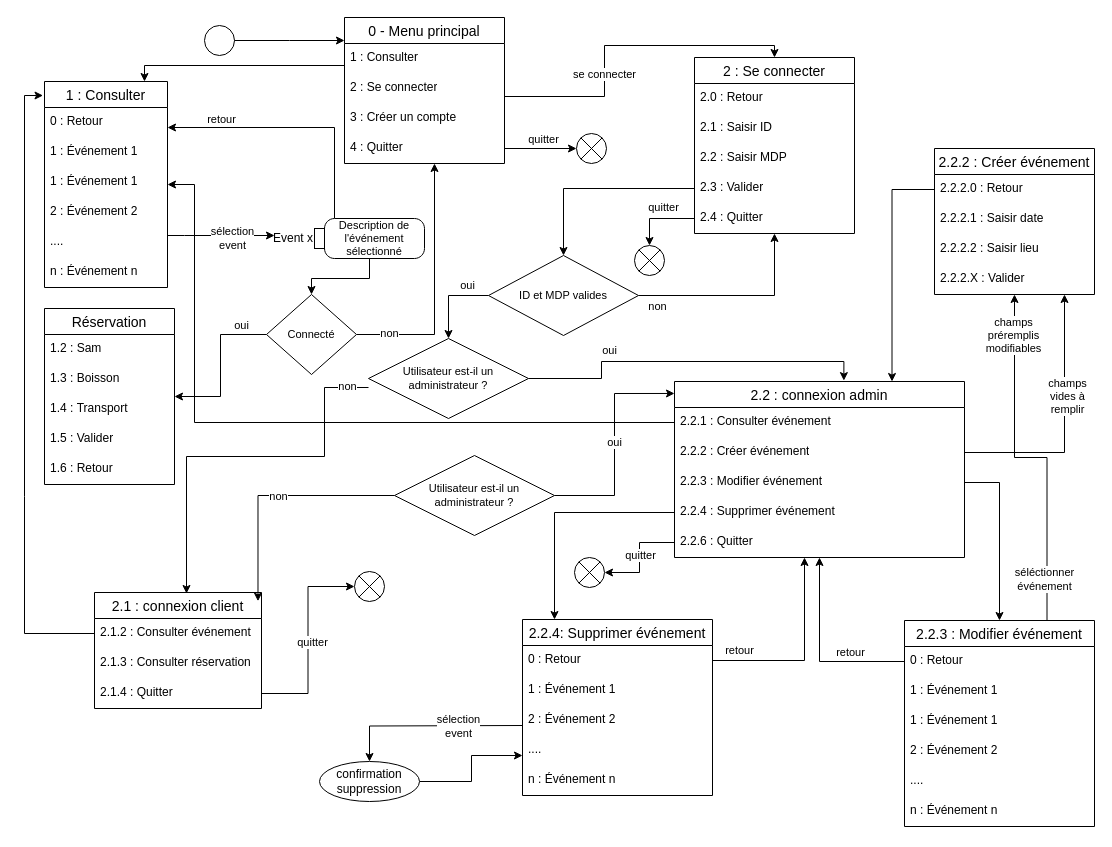
The draw.io diagram doc/menu.drawio in khalidjerrari/ENSAI-Projet-info-2A, before the edit. Source tidied: cells renumbered, new cells numbered last; positions are measured from the earlier drawing's top-left corner, leaving out a move shared by most shapes. Both pictures are drawn from the tidied source at 100%, with x=0, y=0 at pixel (24, 17).
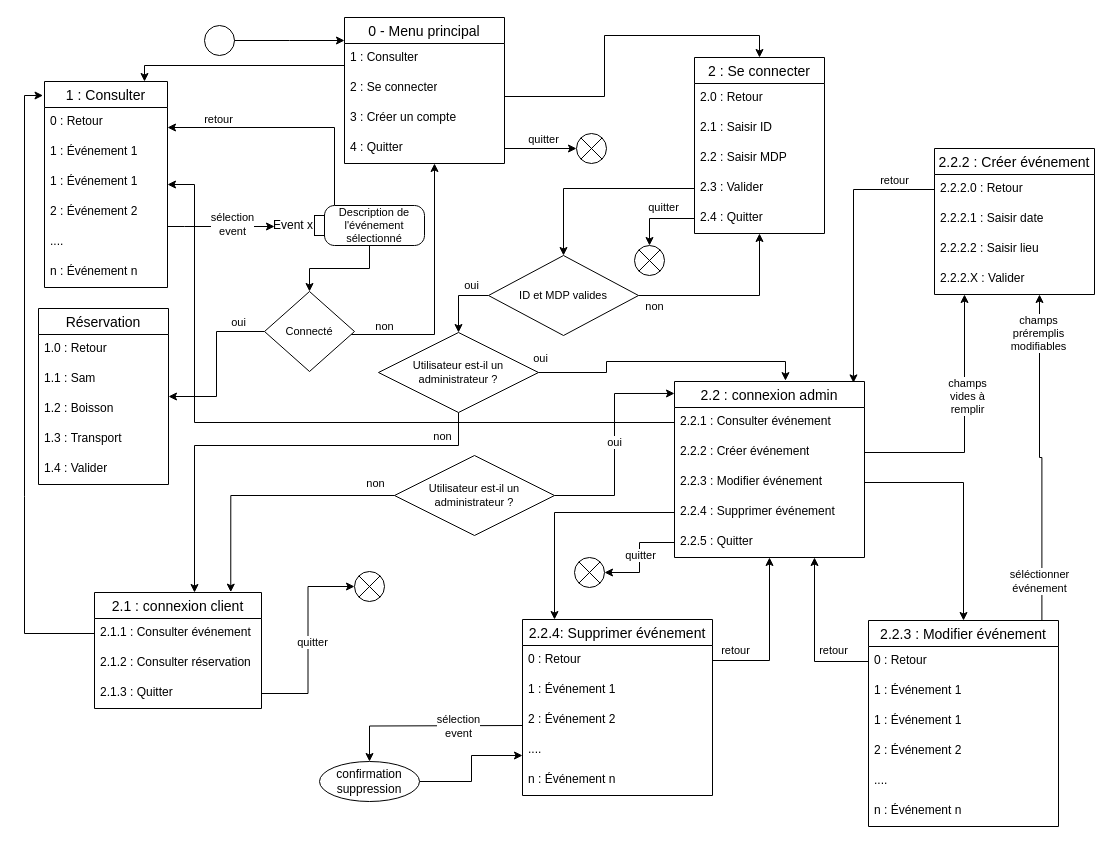
After the change.

Commit message (it also covers changes not shown here):
Mettre à jour menu.drawio

The change refers to these unchanged cells:
```xml
<mxCell id="4" value="2 : Se connecter" style="text;strokeColor=none;fillColor=none;spacingLeft=4;spacingRight=4;overflow=hidden;points=[[0,0.5],[1,0.5]];portConstraint=eastwest;fontSize=12;whiteSpace=wrap;html=1;" parent="2" vertex="1">
  <mxGeometry y="56" width="160" height="30" as="geometry" />
</mxCell>
<mxCell id="9" value="1 : Consulter" style="swimlane;fontStyle=0;horizontal=1;startSize=26;align=center;fontSize=14;" parent="1" vertex="1">
  <mxGeometry x="20" y="64" width="123" height="206" as="geometry" />
</mxCell>
<mxCell id="22" value="2.1 : connexion client" style="swimlane;fontStyle=0;horizontal=1;startSize=26;align=center;fontSize=14;" parent="1" vertex="1">
  <mxGeometry x="70" y="575" width="167" height="116" as="geometry" />
</mxCell>
<mxCell id="48" value="Event x" style="text;verticalAlign=middle;align=right;html=1;" parent="47" vertex="1">
  <mxGeometry x="-40" width="40" height="40" as="geometry" />
</mxCell>
<mxCell id="52" value="2.2.2 : Créer événement" style="swimlane;fontStyle=0;horizontal=1;startSize=26;align=center;fontSize=14;" parent="1" vertex="1">
  <mxGeometry x="910" y="131" width="160" height="146" as="geometry" />
</mxCell>
<mxCell id="53" value="2.2.2.0 : Retour" style="text;strokeColor=none;fillColor=none;spacingLeft=4;spacingRight=4;overflow=hidden;points=[[0,0.5],[1,0.5]];portConstraint=eastwest;fontSize=12;whiteSpace=wrap;html=1;" parent="52" vertex="1">
  <mxGeometry y="26" width="160" height="30" as="geometry" />
</mxCell>
<mxCell id="61" value="0 : Retour" style="text;strokeColor=none;fillColor=none;spacingLeft=4;spacingRight=4;overflow=hidden;points=[[0,0.5],[1,0.5]];portConstraint=eastwest;fontSize=12;whiteSpace=wrap;html=1;" parent="60" vertex="1">
  <mxGeometry y="26" width="190" height="30" as="geometry" />
</mxCell>
<mxCell id="68" value="0 : Retour" style="text;strokeColor=none;fillColor=none;spacingLeft=4;spacingRight=4;overflow=hidden;points=[[0,0.5],[1,0.5]];portConstraint=eastwest;fontSize=12;whiteSpace=wrap;html=1;" parent="67" vertex="1">
  <mxGeometry y="26" width="190" height="30" as="geometry" />
</mxCell>
<mxCell id="73" value="Utilisateur est-il un administrateur ?" style="shape=rhombus;perimeter=rhombusPerimeter;whiteSpace=wrap;html=1;align=center;fontSize=11;" parent="1" vertex="1">
  <mxGeometry x="370" y="438" width="160" height="80" as="geometry" />
</mxCell>
<mxCell id="75" style="edgeStyle=orthogonalEdgeStyle;rounded=0;jettySize=auto;html=1;entryX=0.584;entryY=-0.005;entryDx=0;entryDy=0;entryPerimeter=0;" parent="1" edge="1" source="37" target="28">
  <mxGeometry relative="1" as="geometry" />
</mxCell>
<mxCell id="102" style="edgeStyle=orthogonalEdgeStyle;rounded=0;jettySize=auto;html=1;" parent="1" edge="1" source="106" target="2">
  <mxGeometry relative="1" as="geometry">
    <Array as="points">
      <mxPoint x="410" y="317" />
    </Array>
  </mxGeometry>
</mxCell>
```

Change to the diagram source:
```diff
@@
-    <mxCell id="7" style="edgeStyle=orthogonalEdgeStyle;rounded=0;jettySize=auto;html=1;" parent="1" edge="1" source="9" target="48">
+    <mxCell id="7" style="edgeStyle=orthogonalEdgeStyle;rounded=0;orthogonalLoop=1;jettySize=auto;html=1;" parent="1" edge="1">
       <mxGeometry relative="1" as="geometry">
+        <mxPoint x="143" y="209" as="sourcePoint" />
+        <mxPoint x="250" y="209" as="targetPoint" />
         <Array as="points">
-          <mxPoint x="160" y="218" />
-          <mxPoint x="160" y="218" />
+          <mxPoint x="160" y="209" />
+          <mxPoint x="160" y="209" />
         </Array>
       </mxGeometry>
     </mxCell>
     <mxCell id="8" value="sélection&lt;br&gt;event" style="edgeLabel;html=1;align=center;verticalAlign=middle;" parent="7" vertex="1">
       <mxGeometry x="-0.05" y="-1" relative="1" as="geometry">
-        <mxPoint x="13" y="1" as="offset" />
+        <mxPoint x="13" y="-4" as="offset" />
       </mxGeometry>
     </mxCell>
@@
     <mxCell id="16" value="2 : Se connecter" style="swimlane;fontStyle=0;horizontal=1;startSize=26;align=center;fontSize=14;" parent="1" vertex="1">
-      <mxGeometry x="670" y="40" width="160" height="176" as="geometry" />
+      <mxGeometry x="670" y="40" width="130" height="176" as="geometry" />
     </mxCell>
     <mxCell id="17" value="2.0 : Retour" style="text;strokeColor=none;fillColor=none;spacingLeft=4;spacingRight=4;overflow=hidden;fontSize=12;whiteSpace=wrap;html=1;" parent="16" vertex="1">
-      <mxGeometry y="26" width="160" height="30" as="geometry" />
+      <mxGeometry y="26" width="130" height="30" as="geometry" />
     </mxCell>
     <mxCell id="18" value="2.1 : Saisir ID" style="text;strokeColor=none;fillColor=none;spacingLeft=4;spacingRight=4;overflow=hidden;fontSize=12;whiteSpace=wrap;html=1;" parent="16" vertex="1">
-      <mxGeometry y="56" width="160" height="30" as="geometry" />
+      <mxGeometry y="56" width="130" height="30" as="geometry" />
     </mxCell>
     <mxCell id="19" value="2.2 : Saisir MDP" style="text;strokeColor=none;fillColor=none;spacingLeft=4;spacingRight=4;overflow=hidden;fontSize=12;whiteSpace=wrap;html=1;" parent="16" vertex="1">
-      <mxGeometry y="86" width="160" height="30" as="geometry" />
+      <mxGeometry y="86" width="130" height="30" as="geometry" />
     </mxCell>
     <mxCell id="20" value="2.3 : Valider" style="text;strokeColor=none;fillColor=none;spacingLeft=4;spacingRight=4;overflow=hidden;points=[[0,0.5],[1,0.5]];portConstraint=eastwest;fontSize=12;whiteSpace=wrap;html=1;" parent="16" vertex="1">
-      <mxGeometry y="116" width="160" height="30" as="geometry" />
+      <mxGeometry y="116" width="130" height="30" as="geometry" />
     </mxCell>
     <mxCell id="21" value="2.4 : Quitter" style="text;strokeColor=none;fillColor=none;spacingLeft=4;spacingRight=4;overflow=hidden;points=[[0,0.5],[1,0.5]];portConstraint=eastwest;fontSize=12;whiteSpace=wrap;html=1;" parent="16" vertex="1">
-      <mxGeometry y="146" width="160" height="30" as="geometry" />
+      <mxGeometry y="146" width="130" height="30" as="geometry" />
     </mxCell>
@@
-    <mxCell id="23" value="2.1.2 : Consulter événement" style="text;strokeColor=none;fillColor=none;spacingLeft=4;spacingRight=4;overflow=hidden;points=[[0,0.5],[1,0.5]];portConstraint=eastwest;fontSize=12;whiteSpace=wrap;html=1;" parent="22" vertex="1">
+    <mxCell id="23" value="2.1.1 : Consulter événement" style="text;strokeColor=none;fillColor=none;spacingLeft=4;spacingRight=4;overflow=hidden;points=[[0,0.5],[1,0.5]];portConstraint=eastwest;fontSize=12;whiteSpace=wrap;html=1;" parent="22" vertex="1">
       <mxGeometry y="26" width="167" height="30" as="geometry" />
     </mxCell>
-    <mxCell id="24" value="2.1.3 : Consulter réservation" style="text;strokeColor=none;fillColor=none;spacingLeft=4;spacingRight=4;overflow=hidden;fontSize=12;whiteSpace=wrap;html=1;" parent="22" vertex="1">
+    <mxCell id="24" value="2.1.2 : Consulter réservation" style="text;strokeColor=none;fillColor=none;spacingLeft=4;spacingRight=4;overflow=hidden;fontSize=12;whiteSpace=wrap;html=1;" parent="22" vertex="1">
       <mxGeometry y="56" width="167" height="30" as="geometry" />
     </mxCell>
-    <mxCell id="25" value="2.1.4 : Quitter" style="text;strokeColor=none;fillColor=none;spacingLeft=4;spacingRight=4;overflow=hidden;points=[[0,0.5],[1,0.5]];portConstraint=eastwest;fontSize=12;whiteSpace=wrap;html=1;" parent="22" vertex="1">
+    <mxCell id="25" value="2.1.3 : Quitter" style="text;strokeColor=none;fillColor=none;spacingLeft=4;spacingRight=4;overflow=hidden;points=[[0,0.5],[1,0.5]];portConstraint=eastwest;fontSize=12;whiteSpace=wrap;html=1;" parent="22" vertex="1">
       <mxGeometry y="86" width="167" height="30" as="geometry" />
     </mxCell>
     <mxCell id="26" style="edgeStyle=orthogonalEdgeStyle;rounded=0;jettySize=auto;html=1;" parent="1" edge="1" source="4" target="16">
       <mxGeometry relative="1" as="geometry">
         <Array as="points">
           <mxPoint x="580" y="79" />
-          <mxPoint x="580" y="28" />
+          <mxPoint x="580" y="18" />
+          <mxPoint x="735" y="18" />
         </Array>
       </mxGeometry>
     </mxCell>
-    <mxCell id="27" value="&lt;div&gt;se connecter&lt;/div&gt;" style="edgeLabel;html=1;align=center;verticalAlign=middle;" parent="26" vertex="1">
-      <mxGeometry x="-0.86" relative="1" as="geometry">
-        <mxPoint x="76" y="-23" as="offset" />
-      </mxGeometry>
-    </mxCell>
     <mxCell id="28" value="2.2 : connexion admin" style="swimlane;fontStyle=0;horizontal=1;startSize=26;align=center;fontSize=14;" parent="1" vertex="1">
-      <mxGeometry x="650" y="364" width="290" height="176" as="geometry" />
+      <mxGeometry x="650" y="364" width="190" height="176" as="geometry" />
     </mxCell>
     <mxCell id="29" value="2.2.1 : Consulter événement" style="text;strokeColor=none;fillColor=none;spacingLeft=4;spacingRight=4;overflow=hidden;points=[[0,0.5],[1,0.5]];portConstraint=eastwest;fontSize=12;whiteSpace=wrap;html=1;" parent="28" vertex="1">
-      <mxGeometry y="26" width="290" height="30" as="geometry" />
+      <mxGeometry y="26" width="190" height="30" as="geometry" />
     </mxCell>
     <mxCell id="30" value="2.2.2 : Créer événement" style="text;strokeColor=none;fillColor=none;spacingLeft=4;spacingRight=4;overflow=hidden;points=[[0,0.5],[1,0.5]];portConstraint=eastwest;fontSize=12;whiteSpace=wrap;html=1;" parent="28" vertex="1">
-      <mxGeometry y="56" width="290" height="30" as="geometry" />
+      <mxGeometry y="56" width="190" height="30" as="geometry" />
     </mxCell>
     <mxCell id="31" value="2.2.3 : Modifier événement" style="text;strokeColor=none;fillColor=none;spacingLeft=4;spacingRight=4;overflow=hidden;points=[[0,0.5],[1,0.5]];portConstraint=eastwest;fontSize=12;whiteSpace=wrap;html=1;" parent="28" vertex="1">
-      <mxGeometry y="86" width="290" height="30" as="geometry" />
+      <mxGeometry y="86" width="190" height="30" as="geometry" />
     </mxCell>
     <mxCell id="32" value="2.2.4 : Supprimer événement" style="text;strokeColor=none;fillColor=none;spacingLeft=4;spacingRight=4;overflow=hidden;points=[[0,0.5],[1,0.5]];portConstraint=eastwest;fontSize=12;whiteSpace=wrap;html=1;" parent="28" vertex="1">
-      <mxGeometry y="116" width="290" height="30" as="geometry" />
+      <mxGeometry y="116" width="190" height="30" as="geometry" />
     </mxCell>
-    <mxCell id="33" value="2.2.6 : Quitter" style="text;strokeColor=none;fillColor=none;spacingLeft=4;spacingRight=4;overflow=hidden;points=[[0,0.5],[1,0.5]];portConstraint=eastwest;fontSize=12;whiteSpace=wrap;html=1;" parent="28" vertex="1">
-      <mxGeometry y="146" width="290" height="30" as="geometry" />
+    <mxCell id="33" value="2.2.5 : Quitter" style="text;strokeColor=none;fillColor=none;spacingLeft=4;spacingRight=4;overflow=hidden;points=[[0,0.5],[1,0.5]];portConstraint=eastwest;fontSize=12;whiteSpace=wrap;html=1;" parent="28" vertex="1">
+      <mxGeometry y="146" width="190" height="30" as="geometry" />
     </mxCell>
@@
+    <mxCell id="117" style="edgeStyle=orthogonalEdgeStyle;rounded=0;jettySize=auto;html=1;" parent="1" edge="1" source="37" target="22">
+      <mxGeometry relative="1" as="geometry">
+        <Array as="points">
+          <mxPoint x="434" y="428" />
+          <mxPoint x="170" y="428" />
+        </Array>
+      </mxGeometry>
+    </mxCell>
+    <mxCell id="118" value="non" style="edgeLabel;html=1;align=center;verticalAlign=middle;" parent="117" vertex="1">
+      <mxGeometry x="-0.8" relative="1" as="geometry">
+        <mxPoint x="-6" y="-10" as="offset" />
+      </mxGeometry>
+    </mxCell>
     <mxCell id="37" value="Utilisateur est-il un administrateur ?" style="shape=rhombus;perimeter=rhombusPerimeter;whiteSpace=wrap;html=1;align=center;fontSize=11;" parent="1" vertex="1">
-      <mxGeometry x="344" y="321" width="160" height="80" as="geometry" />
+      <mxGeometry x="354" y="315" width="160" height="80" as="geometry" />
     </mxCell>
-    <mxCell id="38" style="edgeStyle=orthogonalEdgeStyle;rounded=0;orthogonalLoop=1;jettySize=auto;html=1;exitX=0;exitY=0.5;exitDx=0;exitDy=0;entryX=0.658;entryY=0;entryDx=0;entryDy=0;entryPerimeter=0;" parent="1" edge="1">
-      <mxGeometry relative="1" as="geometry">
-        <mxPoint x="344" y="370" as="sourcePoint" />
-        <mxPoint x="162" y="576" as="targetPoint" />
-        <Array as="points">
-          <mxPoint x="300" y="370" />
-          <mxPoint x="300" y="439" />
-          <mxPoint x="162" y="439" />
-        </Array>
-      </mxGeometry>
-    </mxCell>
-    <mxCell id="39" value="non" style="edgeLabel;html=1;align=center;verticalAlign=middle;" parent="38" vertex="1">
-      <mxGeometry x="0.39" y="-3" relative="1" as="geometry">
-        <mxPoint x="163" y="-90" as="offset" />
-      </mxGeometry>
-    </mxCell>
@@
     <mxCell id="47" value="Description de l'événement sélectionné" style="shape=mxgraph.uml25.action;html=1;align=center;verticalAlign=middle;absoluteArcSize=1;arcSize=10;dashed=0;spacingLeft=10;flipH=1;whiteSpace=wrap;fontSize=11;" parent="1" vertex="1">
-      <mxGeometry x="290" y="201" width="110" height="40" as="geometry" />
+      <mxGeometry x="290" y="188" width="110" height="40" as="geometry" />
     </mxCell>
@@
-    <mxCell id="57" style="edgeStyle=orthogonalEdgeStyle;rounded=0;jettySize=auto;html=1;exitX=0.75;exitY=0;exitDx=0;exitDy=0;" parent="1" edge="1" source="60" target="52">
-      <mxGeometry relative="1" as="geometry" />
+    <mxCell id="57" style="edgeStyle=orthogonalEdgeStyle;rounded=0;orthogonalLoop=1;jettySize=auto;html=1;exitX=0.75;exitY=0;exitDx=0;exitDy=0;" parent="1" edge="1">
+      <mxGeometry relative="1" as="geometry">
+        <mxPoint x="1017.4" y="603" as="sourcePoint" />
+        <mxPoint x="1015" y="277" as="targetPoint" />
+        <Array as="points">
+          <mxPoint x="1016.9" y="440" />
+          <mxPoint x="1014.9" y="440" />
+        </Array>
+      </mxGeometry>
     </mxCell>
@@
     <mxCell id="60" value="2.2.3 : Modifier événement" style="swimlane;fontStyle=0;horizontal=1;startSize=26;align=center;fontSize=14;" parent="1" vertex="1">
-      <mxGeometry x="880" y="603" width="190" height="206" as="geometry" />
+      <mxGeometry x="844" y="603" width="190" height="206" as="geometry" />
     </mxCell>
@@
     <mxCell id="76" value="oui" style="edgeLabel;html=1;align=center;verticalAlign=middle;" parent="75" vertex="1">
       <mxGeometry x="-0.45" y="-4" relative="1" as="geometry">
-        <mxPoint y="-16" as="offset" />
+        <mxPoint x="-71" y="-7" as="offset" />
       </mxGeometry>
     </mxCell>
@@
-    <mxCell id="81" style="edgeStyle=orthogonalEdgeStyle;rounded=0;jettySize=auto;html=1;entryX=0.979;entryY=0.075;entryDx=0;entryDy=0;entryPerimeter=0;" parent="1" edge="1" source="73" target="22">
+    <mxCell id="81" style="edgeStyle=orthogonalEdgeStyle;rounded=0;jettySize=auto;html=1;entryX=0.816;entryY=-0.003;entryDx=0;entryDy=0;entryPerimeter=0;" parent="1" edge="1" source="73" target="22">
       <mxGeometry relative="1" as="geometry" />
     </mxCell>
-    <mxCell id="82" value="non" style="edgeLabel;html=1;align=center;verticalAlign=middle;" parent="81" vertex="1">
-      <mxGeometry x="-0.03" relative="1" as="geometry" />
-    </mxCell>
+    <mxCell id="119" value="non" style="edgeLabel;html=1;align=center;verticalAlign=middle;" parent="81" vertex="1">
+      <mxGeometry x="-0.85" y="3" relative="1" as="geometry">
+        <mxPoint y="-16" as="offset" />
+      </mxGeometry>
+    </mxCell>
@@
     <mxCell id="85" style="edgeStyle=orthogonalEdgeStyle;rounded=0;jettySize=auto;html=1;" parent="1" edge="1" source="30" target="52">
       <mxGeometry relative="1" as="geometry">
         <Array as="points">
-          <mxPoint x="1040" y="435" />
+          <mxPoint x="940" y="435" />
         </Array>
       </mxGeometry>
     </mxCell>
@@
-    <mxCell id="93" style="edgeStyle=orthogonalEdgeStyle;rounded=0;jettySize=auto;html=1;entryX=0.75;entryY=0;entryDx=0;entryDy=0;" parent="1" edge="1" source="53" target="28">
-      <mxGeometry relative="1" as="geometry" />
-    </mxCell>
     <mxCell id="94" style="edgeStyle=orthogonalEdgeStyle;rounded=0;jettySize=auto;html=1;" parent="1" edge="1" source="61" target="28">
-      <mxGeometry relative="1" as="geometry" />
+      <mxGeometry relative="1" as="geometry">
+        <Array as="points">
+          <mxPoint x="790" y="644" />
+        </Array>
+      </mxGeometry>
     </mxCell>
     <mxCell id="95" value="retour" style="edgeLabel;html=1;align=center;verticalAlign=middle;" parent="94" vertex="1">
       <mxGeometry x="-0.42" y="2" relative="1" as="geometry">
-        <mxPoint y="-12" as="offset" />
+        <mxPoint x="10" y="-14" as="offset" />
       </mxGeometry>
     </mxCell>
     <mxCell id="96" style="edgeStyle=orthogonalEdgeStyle;rounded=0;jettySize=auto;html=1;" parent="1" edge="1" source="68" target="28">
       <mxGeometry relative="1" as="geometry">
         <Array as="points">
-          <mxPoint x="780" y="643" />
+          <mxPoint x="745" y="643" />
         </Array>
       </mxGeometry>
     </mxCell>
@@
     <mxCell id="103" value="non" style="edgeLabel;html=1;align=center;verticalAlign=middle;" parent="102" vertex="1">
-      <mxGeometry x="-0.74" y="2" relative="1" as="geometry" />
+      <mxGeometry x="-0.74" y="2" relative="1" as="geometry">
+        <mxPoint y="-7" as="offset" />
+      </mxGeometry>
     </mxCell>
@@
     <mxCell id="106" value="Connecté" style="shape=rhombus;perimeter=rhombusPerimeter;whiteSpace=wrap;html=1;align=center;fontSize=11;" parent="1" vertex="1">
-      <mxGeometry x="242" y="277" width="90" height="80" as="geometry" />
+      <mxGeometry x="240" y="274" width="90" height="80" as="geometry" />
     </mxCell>
     <mxCell id="107" value="Réservation" style="swimlane;fontStyle=0;horizontal=1;startSize=26;align=center;fontSize=14;" parent="1" vertex="1">
-      <mxGeometry x="20" y="291" width="130" height="176" as="geometry" />
+      <mxGeometry x="14" y="291" width="130" height="176" as="geometry" />
     </mxCell>
+    <mxCell id="112" value="1.0 : Retour" style="text;strokeColor=none;fillColor=none;spacingLeft=4;spacingRight=4;overflow=hidden;fontSize=12;whiteSpace=wrap;html=1;" parent="107" vertex="1">
+      <mxGeometry y="26" width="130" height="30" as="geometry" />
+    </mxCell>
-    <mxCell id="108" value="1.2 : Sam" style="text;strokeColor=none;fillColor=none;spacingLeft=4;spacingRight=4;overflow=hidden;fontSize=12;whiteSpace=wrap;html=1;" parent="107" vertex="1">
-      <mxGeometry y="26" width="130" height="30" as="geometry" />
+    <mxCell id="108" value="1.1 : Sam" style="text;strokeColor=none;fillColor=none;spacingLeft=4;spacingRight=4;overflow=hidden;fontSize=12;whiteSpace=wrap;html=1;" parent="107" vertex="1">
+      <mxGeometry y="56" width="130" height="30" as="geometry" />
     </mxCell>
-    <mxCell id="109" value="1.3 : Boisson" style="text;strokeColor=none;fillColor=none;spacingLeft=4;spacingRight=4;overflow=hidden;fontSize=12;whiteSpace=wrap;html=1;" parent="107" vertex="1">
-      <mxGeometry y="56" width="130" height="30" as="geometry" />
+    <mxCell id="109" value="1.2 : Boisson" style="text;strokeColor=none;fillColor=none;spacingLeft=4;spacingRight=4;overflow=hidden;fontSize=12;whiteSpace=wrap;html=1;" parent="107" vertex="1">
+      <mxGeometry y="86" width="130" height="30" as="geometry" />
     </mxCell>
-    <mxCell id="110" value="1.4 :&amp;nbsp;Transport" style="text;strokeColor=none;fillColor=none;spacingLeft=4;spacingRight=4;overflow=hidden;fontSize=12;whiteSpace=wrap;html=1;" parent="107" vertex="1">
-      <mxGeometry y="86" width="130" height="30" as="geometry" />
+    <mxCell id="110" value="1.3 :&amp;nbsp;Transport" style="text;strokeColor=none;fillColor=none;spacingLeft=4;spacingRight=4;overflow=hidden;fontSize=12;whiteSpace=wrap;html=1;" parent="107" vertex="1">
+      <mxGeometry y="116" width="130" height="30" as="geometry" />
     </mxCell>
-    <mxCell id="111" value="1.5 : Valider" style="text;strokeColor=none;fillColor=none;spacingLeft=4;spacingRight=4;overflow=hidden;fontSize=12;whiteSpace=wrap;html=1;" parent="107" vertex="1">
-      <mxGeometry y="116" width="130" height="30" as="geometry" />
+    <mxCell id="111" value="1.4 : Valider" style="text;strokeColor=none;fillColor=none;spacingLeft=4;spacingRight=4;overflow=hidden;fontSize=12;whiteSpace=wrap;html=1;" parent="107" vertex="1">
+      <mxGeometry y="146" width="130" height="30" as="geometry" />
     </mxCell>
-    <mxCell id="112" value="1.6 : Retour" style="text;strokeColor=none;fillColor=none;spacingLeft=4;spacingRight=4;overflow=hidden;fontSize=12;whiteSpace=wrap;html=1;" parent="107" vertex="1">
-      <mxGeometry y="146" width="130" height="30" as="geometry" />
-    </mxCell>
@@
+    <mxCell id="93" style="edgeStyle=orthogonalEdgeStyle;rounded=0;jettySize=auto;html=1;entryX=0.942;entryY=0.008;entryDx=0;entryDy=0;entryPerimeter=0;" parent="1" edge="1" source="53" target="28">
+      <mxGeometry relative="1" as="geometry" />
+    </mxCell>
+    <mxCell id="120" value="retour" style="edgeLabel;html=1;align=center;verticalAlign=middle;" parent="93" vertex="1">
+      <mxGeometry x="-0.7" y="-1" relative="1" as="geometry">
+        <mxPoint y="-9" as="offset" />
+      </mxGeometry>
+    </mxCell>
```
